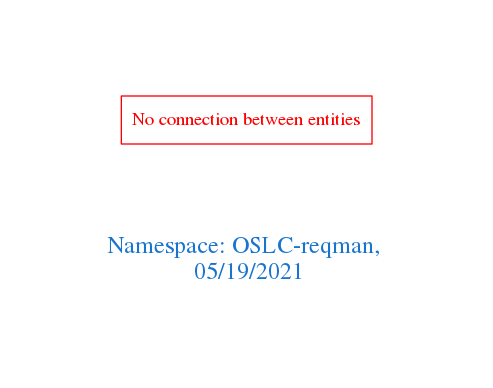
Above: downloads/OSLC-reqman.png in arago/OGIT (Graphviz), before the change. Its source is kept beside it as downloads/OSLC-reqman.dot.
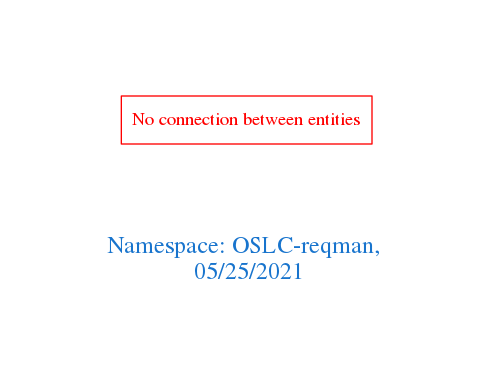
After the commit.

The edit, as a diff of the source:
```diff
@@ -1,7 +1,7 @@
 digraph OGIT_ontology {
  graph [ rankdir= LR,pad=1
 fontsize = 18,
-fontcolor= dodgerblue3,label = "\n\n\nNamespace: OSLC-reqman, \n 05/19/2021"];
+fontcolor= dodgerblue3,label = "\n\n\nNamespace: OSLC-reqman, \n 05/25/2021"];
 node[shape=polygon];
 edge [  color="gray81"];
 
```
